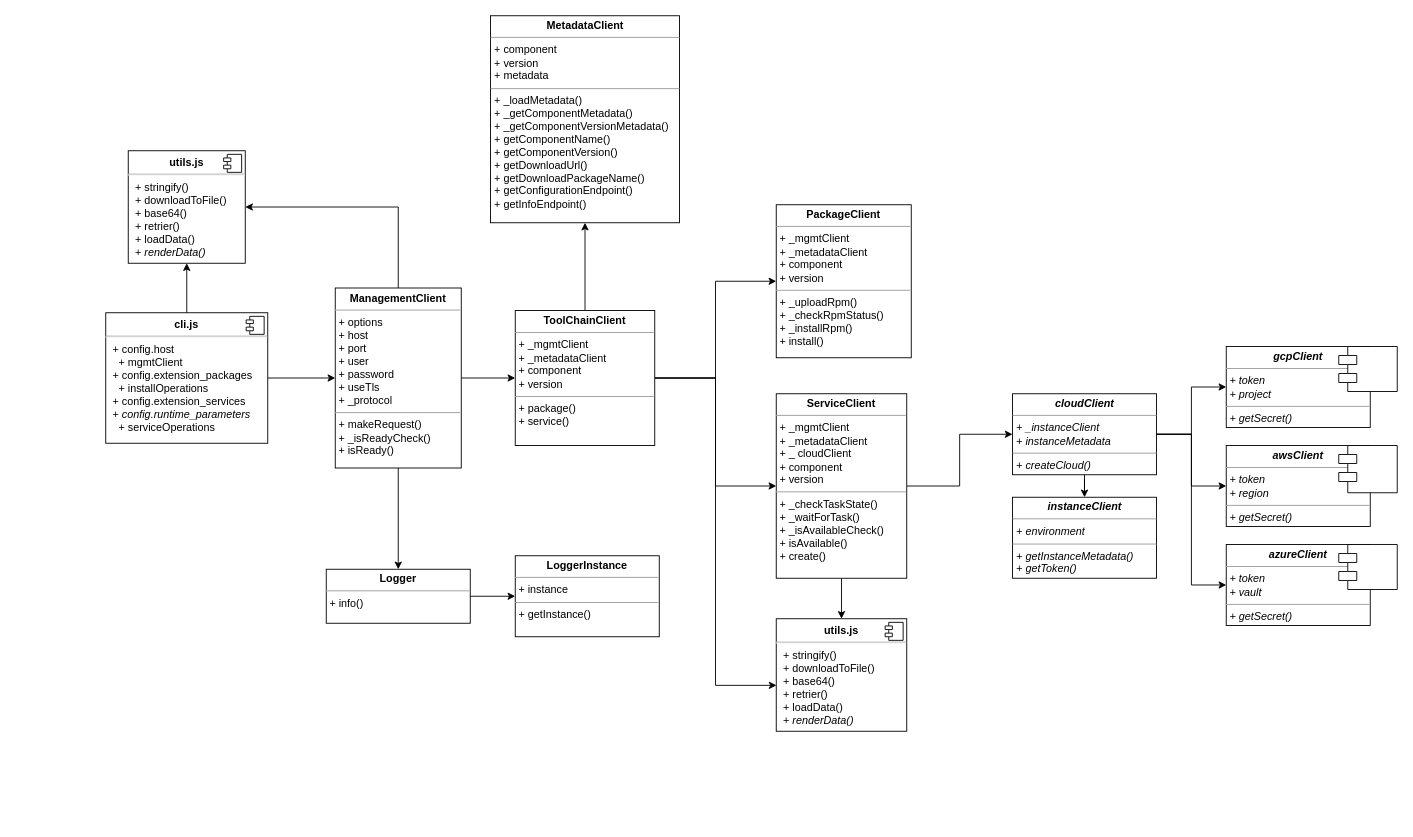
The draw.io diagram diagrams/f5-bigip-runtime-init-uml.drawio in F5Networks/f5-bigip-runtime-init, before the edit. Source tidied: cells renumbered, new cells numbered last; positions are measured from the earlier drawing's top-left corner, leaving out a move shared by most shapes. Both pictures are drawn from the tidied source at 90%, with x=0, y=0 at pixel (105, 15).
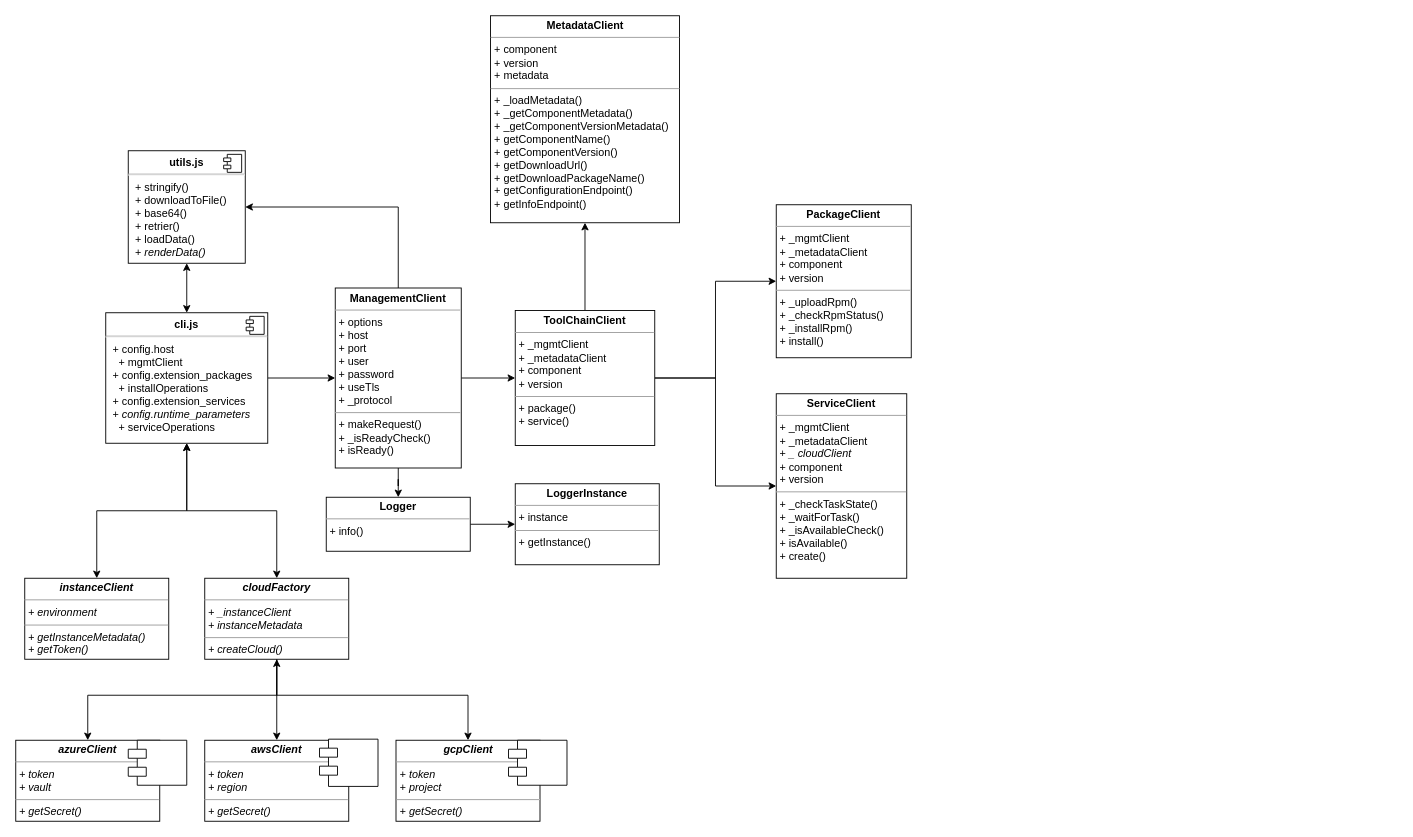
The same page after the edit.

The change refers to these unchanged cells:
```xml
<mxCell id="19" value="&lt;p style=&quot;margin: 0px ; margin-top: 4px ; text-align: center&quot;&gt;&lt;b&gt;ToolChainClient&lt;/b&gt;&lt;/p&gt;&lt;hr size=&quot;1&quot;&gt;&lt;p style=&quot;margin: 0px 0px 0px 4px&quot;&gt;+ _mgmtClient&lt;/p&gt;&lt;p style=&quot;margin: 0px 0px 0px 4px&quot;&gt;+ _metadataClient&lt;/p&gt;&lt;p style=&quot;margin: 0px 0px 0px 4px&quot;&gt;+ component&lt;/p&gt;&lt;p style=&quot;margin: 0px 0px 0px 4px&quot;&gt;+ version&lt;/p&gt;&lt;hr size=&quot;1&quot;&gt;&lt;p style=&quot;margin: 0px ; margin-left: 4px&quot;&gt;+ package()&lt;/p&gt;&lt;p style=&quot;margin: 0px ; margin-left: 4px&quot;&gt;+ service()&lt;br&gt;&lt;/p&gt;" style="verticalAlign=top;align=left;overflow=fill;fontSize=12;fontFamily=Helvetica;html=1;" parent="1" vertex="1">
  <mxGeometry x="455" y="327.5" width="155" height="150" as="geometry" />
</mxCell>
<mxCell id="24" value="&lt;p style=&quot;margin: 0px ; margin-top: 6px ; text-align: center&quot;&gt;&lt;b&gt;cli.js&lt;/b&gt;&lt;/p&gt;&lt;hr&gt;&lt;p style=&quot;margin: 0px ; margin-left: 8px&quot;&gt;&lt;span&gt;+ config.host&lt;/span&gt;&lt;/p&gt;&lt;p style=&quot;margin: 0px ; margin-left: 8px&quot;&gt;&lt;span&gt;&amp;nbsp; + mgmtClient&lt;/span&gt;&lt;/p&gt;&lt;p style=&quot;margin: 0px ; margin-left: 8px&quot;&gt;+ config.extension_packages&lt;/p&gt;&lt;p style=&quot;margin: 0px ; margin-left: 8px&quot;&gt;&amp;nbsp; + installOperations&lt;br&gt;&lt;/p&gt;&lt;p style=&quot;margin: 0px ; margin-left: 8px&quot;&gt;+ config.extension_services&lt;/p&gt;&lt;p style=&quot;margin: 0px ; margin-left: 8px&quot;&gt;+ &lt;i&gt;config.runtime_parameters&lt;/i&gt;&lt;/p&gt;&lt;p style=&quot;margin: 0px ; margin-left: 8px&quot;&gt;&amp;nbsp; + serviceOperations&lt;/p&gt;" style="align=left;overflow=fill;html=1;" parent="1" vertex="1">
  <mxGeometry y="330" width="180" height="145" as="geometry" />
</mxCell>
<mxCell id="26" value="&lt;p style=&quot;margin: 0px ; margin-top: 6px ; text-align: center&quot;&gt;&lt;b&gt;utils.js&lt;/b&gt;&lt;/p&gt;&lt;hr&gt;&lt;p style=&quot;margin: 0px ; margin-left: 8px&quot;&gt;+ stringify()&lt;br&gt;+ downloadToFile()&lt;/p&gt;&lt;p style=&quot;margin: 0px ; margin-left: 8px&quot;&gt;+ base64()&lt;/p&gt;&lt;p style=&quot;margin: 0px ; margin-left: 8px&quot;&gt;+ retrier()&lt;/p&gt;&lt;p style=&quot;margin: 0px ; margin-left: 8px&quot;&gt;+ loadData()&lt;/p&gt;&lt;p style=&quot;margin: 0px ; margin-left: 8px&quot;&gt;+ &lt;i&gt;renderData()&lt;/i&gt;&lt;/p&gt;" style="align=left;overflow=fill;html=1;" parent="1" vertex="1">
  <mxGeometry x="25" y="150" width="130" height="125" as="geometry" />
</mxCell>
```

Diff of the diagram source:
```diff
@@
     <mxCell id="2" value="&lt;p style=&quot;margin: 0px ; margin-top: 4px ; text-align: center&quot;&gt;&lt;b&gt;instanceClient&lt;/b&gt;&lt;/p&gt;&lt;hr size=&quot;1&quot;&gt;&lt;p style=&quot;margin: 0px ; margin-left: 4px&quot;&gt;+ environment&lt;/p&gt;&lt;hr size=&quot;1&quot;&gt;&lt;p style=&quot;margin: 0px ; margin-left: 4px&quot;&gt;+ getInstanceMetadata()&lt;/p&gt;&lt;p style=&quot;margin: 0px ; margin-left: 4px&quot;&gt;+ getToken()&lt;/p&gt;" style="verticalAlign=top;align=left;overflow=fill;fontSize=12;fontFamily=Helvetica;html=1;fontStyle=2;" parent="1" vertex="1">
-      <mxGeometry x="1007.5" y="535" width="160" height="90" as="geometry" />
+      <mxGeometry x="-90" y="625" width="160" height="90" as="geometry" />
     </mxCell>
@@
-    <mxCell id="7" style="edgeStyle=orthogonalEdgeStyle;rounded=0;jettySize=auto;html=1;entryX=0;entryY=0.5;entryDx=0;entryDy=0;startArrow=none;startFill=0;endArrow=classic;endFill=1;" parent="1" edge="1" source="11" target="33">
-      <mxGeometry relative="1" as="geometry" />
-    </mxCell>
-    <mxCell id="8" style="edgeStyle=orthogonalEdgeStyle;rounded=0;jettySize=auto;html=1;entryX=0;entryY=0.5;entryDx=0;entryDy=0;startArrow=none;startFill=0;endArrow=classic;endFill=1;" parent="1" edge="1" source="11" target="34">
+    <mxCell id="8" style="edgeStyle=orthogonalEdgeStyle;rounded=0;jettySize=auto;html=1;startArrow=none;startFill=0;endArrow=classic;endFill=1;" parent="1" edge="1" source="11" target="34">
       <mxGeometry relative="1" as="geometry" />
     </mxCell>
-    <mxCell id="9" style="edgeStyle=orthogonalEdgeStyle;rounded=0;jettySize=auto;html=1;entryX=0;entryY=0.5;entryDx=0;entryDy=0;startArrow=none;startFill=0;endArrow=classic;endFill=1;" parent="1" edge="1" source="11" target="35">
-      <mxGeometry relative="1" as="geometry" />
+    <mxCell id="9" style="edgeStyle=orthogonalEdgeStyle;rounded=0;jettySize=auto;html=1;entryX=0.5;entryY=0;entryDx=0;entryDy=0;startArrow=none;startFill=0;endArrow=classic;endFill=1;" parent="1" edge="1" source="11" target="35">
+      <mxGeometry relative="1" as="geometry">
+        <Array as="points">
+          <mxPoint x="190" y="755" />
+          <mxPoint x="-20" y="755" />
+        </Array>
+      </mxGeometry>
     </mxCell>
-    <mxCell id="10" style="edgeStyle=orthogonalEdgeStyle;rounded=0;jettySize=auto;html=1;startArrow=none;startFill=0;endArrow=classic;endFill=1;" parent="1" edge="1" source="11" target="2">
-      <mxGeometry relative="1" as="geometry" />
-    </mxCell>
+    <mxCell id="7" style="edgeStyle=orthogonalEdgeStyle;rounded=0;jettySize=auto;html=1;entryX=0.5;entryY=0;entryDx=0;entryDy=0;startArrow=classic;startFill=1;endArrow=classic;endFill=1;" parent="1" edge="1" source="11" target="33">
+      <mxGeometry relative="1" as="geometry">
+        <Array as="points">
+          <mxPoint x="190" y="755" />
+          <mxPoint x="403" y="755" />
+        </Array>
+      </mxGeometry>
+    </mxCell>
-    <mxCell id="11" value="&lt;p style=&quot;margin: 0px ; margin-top: 4px ; text-align: center&quot;&gt;&lt;b&gt;cloudClient&lt;/b&gt;&lt;/p&gt;&lt;hr size=&quot;1&quot;&gt;&lt;p style=&quot;margin: 0px ; margin-left: 4px&quot;&gt;+ _instanceClient&lt;/p&gt;&lt;p style=&quot;margin: 0px ; margin-left: 4px&quot;&gt;+ instanceMetadata&lt;/p&gt;&lt;hr size=&quot;1&quot;&gt;&lt;p style=&quot;margin: 0px ; margin-left: 4px&quot;&gt;+ createCloud()&lt;/p&gt;" style="verticalAlign=top;align=left;overflow=fill;fontSize=12;fontFamily=Helvetica;html=1;fontStyle=2;" parent="1" vertex="1">
-      <mxGeometry x="1007.5" y="420" width="160" height="90" as="geometry" />
+    <mxCell id="11" value="&lt;p style=&quot;margin: 0px ; margin-top: 4px ; text-align: center&quot;&gt;&lt;b&gt;cloudFactory&lt;/b&gt;&lt;/p&gt;&lt;hr size=&quot;1&quot;&gt;&lt;p style=&quot;margin: 0px ; margin-left: 4px&quot;&gt;+ _instanceClient&lt;/p&gt;&lt;p style=&quot;margin: 0px ; margin-left: 4px&quot;&gt;+ instanceMetadata&lt;/p&gt;&lt;hr size=&quot;1&quot;&gt;&lt;p style=&quot;margin: 0px ; margin-left: 4px&quot;&gt;+ createCloud()&lt;/p&gt;" style="verticalAlign=top;align=left;overflow=fill;fontSize=12;fontFamily=Helvetica;html=1;fontStyle=2;" parent="1" vertex="1">
+      <mxGeometry x="110" y="625" width="160" height="90" as="geometry" />
     </mxCell>
-    <mxCell id="12" style="edgeStyle=orthogonalEdgeStyle;rounded=0;jettySize=auto;html=1;entryX=0.5;entryY=0;entryDx=0;entryDy=0;startArrow=none;startFill=0;endArrow=classic;endFill=1;" parent="1" edge="1" source="14" target="31">
-      <mxGeometry relative="1" as="geometry" />
-    </mxCell>
-    <mxCell id="13" style="edgeStyle=orthogonalEdgeStyle;rounded=0;jettySize=auto;html=1;entryX=0;entryY=0.5;entryDx=0;entryDy=0;startArrow=none;startFill=0;endArrow=classic;endFill=1;" parent="1" edge="1" source="14" target="11">
-      <mxGeometry relative="1" as="geometry" />
-    </mxCell>
-    <mxCell id="14" value="&lt;p style=&quot;margin: 0px ; margin-top: 4px ; text-align: center&quot;&gt;&lt;b&gt;ServiceClient&lt;/b&gt;&lt;/p&gt;&lt;hr size=&quot;1&quot;&gt;&lt;p style=&quot;margin: 0px 0px 0px 4px&quot;&gt;+ _mgmtClient&lt;/p&gt;&lt;p style=&quot;margin: 0px 0px 0px 4px&quot;&gt;+ _metadataClient&lt;/p&gt;&lt;p style=&quot;margin: 0px 0px 0px 4px&quot;&gt;+ _ cloudClient&lt;/p&gt;&lt;p style=&quot;margin: 0px 0px 0px 4px&quot;&gt;+ component&lt;/p&gt;&lt;p style=&quot;margin: 0px 0px 0px 4px&quot;&gt;+ version&lt;/p&gt;&lt;hr size=&quot;1&quot;&gt;&lt;p style=&quot;margin: 0px ; margin-left: 4px&quot;&gt;+ _checkTaskState()&lt;/p&gt;&lt;p style=&quot;margin: 0px ; margin-left: 4px&quot;&gt;+ _waitForTask()&lt;br&gt;&lt;/p&gt;&lt;p style=&quot;margin: 0px ; margin-left: 4px&quot;&gt;+ _isAvailableCheck()&lt;br&gt;&lt;/p&gt;&lt;p style=&quot;margin: 0px ; margin-left: 4px&quot;&gt;+ isAvailable()&lt;br&gt;&lt;/p&gt;&lt;p style=&quot;margin: 0px ; margin-left: 4px&quot;&gt;+ create()&lt;br&gt;&lt;/p&gt;" style="verticalAlign=top;align=left;overflow=fill;fontSize=12;fontFamily=Helvetica;html=1;" parent="1" vertex="1">
+    <mxCell id="14" value="&lt;p style=&quot;margin: 0px ; margin-top: 4px ; text-align: center&quot;&gt;&lt;b&gt;ServiceClient&lt;/b&gt;&lt;/p&gt;&lt;hr size=&quot;1&quot;&gt;&lt;p style=&quot;margin: 0px 0px 0px 4px&quot;&gt;+ _mgmtClient&lt;/p&gt;&lt;p style=&quot;margin: 0px 0px 0px 4px&quot;&gt;+ _metadataClient&lt;/p&gt;&lt;p style=&quot;margin: 0px 0px 0px 4px&quot;&gt;+&lt;i&gt; _ cloudClient&lt;/i&gt;&lt;/p&gt;&lt;p style=&quot;margin: 0px 0px 0px 4px&quot;&gt;+ component&lt;/p&gt;&lt;p style=&quot;margin: 0px 0px 0px 4px&quot;&gt;+ version&lt;/p&gt;&lt;hr size=&quot;1&quot;&gt;&lt;p style=&quot;margin: 0px ; margin-left: 4px&quot;&gt;+ _checkTaskState()&lt;/p&gt;&lt;p style=&quot;margin: 0px ; margin-left: 4px&quot;&gt;+ _waitForTask()&lt;br&gt;&lt;/p&gt;&lt;p style=&quot;margin: 0px ; margin-left: 4px&quot;&gt;+ _isAvailableCheck()&lt;br&gt;&lt;/p&gt;&lt;p style=&quot;margin: 0px ; margin-left: 4px&quot;&gt;+ isAvailable()&lt;br&gt;&lt;/p&gt;&lt;p style=&quot;margin: 0px ; margin-left: 4px&quot;&gt;+ create()&lt;br&gt;&lt;/p&gt;" style="verticalAlign=top;align=left;overflow=fill;fontSize=12;fontFamily=Helvetica;html=1;" parent="1" vertex="1">
       <mxGeometry x="745" y="420" width="145" height="205" as="geometry" />
     </mxCell>
@@
-    <mxCell id="18" style="edgeStyle=orthogonalEdgeStyle;rounded=0;jettySize=auto;html=1;entryX=0.002;entryY=0.592;entryDx=0;entryDy=0;entryPerimeter=0;startArrow=none;startFill=0;endArrow=classic;endFill=1;" parent="1" edge="1" source="19" target="31">
-      <mxGeometry relative="1" as="geometry" />
-    </mxCell>
@@
-    <mxCell id="23" style="edgeStyle=orthogonalEdgeStyle;rounded=0;jettySize=auto;html=1;entryX=0.5;entryY=1;entryDx=0;entryDy=0;startArrow=none;startFill=0;endArrow=classic;endFill=1;" parent="1" edge="1" source="24" target="26">
+    <mxCell id="23" style="edgeStyle=orthogonalEdgeStyle;rounded=0;jettySize=auto;html=1;entryX=0.5;entryY=1;entryDx=0;entryDy=0;startArrow=classic;startFill=1;endArrow=classic;endFill=1;" parent="1" edge="1" source="24" target="26">
       <mxGeometry relative="1" as="geometry" />
     </mxCell>
+    <mxCell id="39" style="edgeStyle=orthogonalEdgeStyle;rounded=0;jettySize=auto;html=1;entryX=0.5;entryY=0;entryDx=0;entryDy=0;startArrow=classic;startFill=1;endArrow=classic;endFill=1;" parent="1" edge="1" source="24" target="2">
+      <mxGeometry relative="1" as="geometry" />
+    </mxCell>
+    <mxCell id="40" style="edgeStyle=orthogonalEdgeStyle;rounded=0;jettySize=auto;html=1;entryX=0.5;entryY=0;entryDx=0;entryDy=0;startArrow=classic;startFill=1;endArrow=classic;endFill=1;" parent="1" edge="1" source="24" target="11">
+      <mxGeometry relative="1" as="geometry" />
+    </mxCell>
@@
     <mxCell id="29" value="&lt;p style=&quot;margin: 0px ; margin-top: 4px ; text-align: center&quot;&gt;&lt;b&gt;Logger&lt;/b&gt;&lt;/p&gt;&lt;hr size=&quot;1&quot;&gt;&lt;p style=&quot;margin: 0px ; margin-left: 4px&quot;&gt;+ info()&lt;/p&gt;" style="verticalAlign=top;align=left;overflow=fill;fontSize=12;fontFamily=Helvetica;html=1;" parent="1" vertex="1">
-      <mxGeometry x="245" y="615" width="160" height="60" as="geometry" />
+      <mxGeometry x="245" y="535" width="160" height="60" as="geometry" />
     </mxCell>
     <mxCell id="30" value="&lt;p style=&quot;margin: 0px ; margin-top: 4px ; text-align: center&quot;&gt;&lt;b&gt;LoggerInstance&lt;/b&gt;&lt;/p&gt;&lt;hr size=&quot;1&quot;&gt;&lt;p style=&quot;margin: 0px ; margin-left: 4px&quot;&gt;+ instance&lt;/p&gt;&lt;hr size=&quot;1&quot;&gt;&lt;p style=&quot;margin: 0px ; margin-left: 4px&quot;&gt;+ getInstance()&lt;/p&gt;" style="verticalAlign=top;align=left;overflow=fill;fontSize=12;fontFamily=Helvetica;html=1;" parent="1" vertex="1">
-      <mxGeometry x="455" y="600" width="160" height="90" as="geometry" />
+      <mxGeometry x="455" y="520" width="160" height="90" as="geometry" />
     </mxCell>
-    <mxCell id="31" value="&lt;p style=&quot;margin: 0px ; margin-top: 6px ; text-align: center&quot;&gt;&lt;b&gt;utils.js&lt;/b&gt;&lt;/p&gt;&lt;hr&gt;&lt;p style=&quot;margin: 0px ; margin-left: 8px&quot;&gt;+ stringify()&lt;br&gt;+ downloadToFile()&lt;/p&gt;&lt;p style=&quot;margin: 0px ; margin-left: 8px&quot;&gt;+ base64()&lt;/p&gt;&lt;p style=&quot;margin: 0px ; margin-left: 8px&quot;&gt;+ retrier()&lt;/p&gt;&lt;p style=&quot;margin: 0px ; margin-left: 8px&quot;&gt;+ loadData()&lt;/p&gt;&lt;p style=&quot;margin: 0px ; margin-left: 8px&quot;&gt;+ &lt;i&gt;renderData()&lt;/i&gt;&lt;/p&gt;" style="align=left;overflow=fill;html=1;" parent="1" vertex="1">
-      <mxGeometry x="745" y="670" width="145" height="125" as="geometry" />
-    </mxCell>
-    <mxCell id="32" style="shape=component;jettyWidth=8;jettyHeight=4;" parent="31" vertex="1">
-      <mxGeometry x="1" width="20" height="20" relative="1" as="geometry">
-        <mxPoint x="-24" y="4" as="offset" />
-      </mxGeometry>
-    </mxCell>
+    <mxCell id="41" style="group;" parent="1" vertex="1">
+      <mxGeometry x="-100" y="803.8" width="612.5" height="91.2" as="geometry" />
+    </mxCell>
-    <mxCell id="33" value="&lt;p style=&quot;margin: 0px ; margin-top: 4px ; text-align: center&quot;&gt;&lt;b&gt;gcpClient&lt;/b&gt;&lt;/p&gt;&lt;hr size=&quot;1&quot;&gt;&lt;p style=&quot;margin: 0px ; margin-left: 4px&quot;&gt;+ token&lt;/p&gt;&lt;p style=&quot;margin: 0px ; margin-left: 4px&quot;&gt;+ project&lt;/p&gt;&lt;hr size=&quot;1&quot;&gt;&lt;p style=&quot;margin: 0px ; margin-left: 4px&quot;&gt;+ getSecret()&lt;/p&gt;" style="verticalAlign=top;align=left;overflow=fill;fontSize=12;fontFamily=Helvetica;html=1;fontStyle=2;" parent="1" vertex="1">
-      <mxGeometry x="1245" y="367.5" width="160" height="90" as="geometry" />
+    <mxCell id="33" value="&lt;p style=&quot;margin: 0px ; margin-top: 4px ; text-align: center&quot;&gt;&lt;b&gt;gcpClient&lt;/b&gt;&lt;/p&gt;&lt;hr size=&quot;1&quot;&gt;&lt;p style=&quot;margin: 0px ; margin-left: 4px&quot;&gt;+ token&lt;/p&gt;&lt;p style=&quot;margin: 0px ; margin-left: 4px&quot;&gt;+ project&lt;/p&gt;&lt;hr size=&quot;1&quot;&gt;&lt;p style=&quot;margin: 0px ; margin-left: 4px&quot;&gt;+ getSecret()&lt;/p&gt;" style="verticalAlign=top;align=left;overflow=fill;fontSize=12;fontFamily=Helvetica;html=1;fontStyle=2;" parent="41" vertex="1">
+      <mxGeometry x="422.5" y="1.2" width="160" height="90" as="geometry" />
     </mxCell>
-    <mxCell id="34" value="&lt;p style=&quot;margin: 0px ; margin-top: 4px ; text-align: center&quot;&gt;&lt;b&gt;awsClient&lt;/b&gt;&lt;/p&gt;&lt;hr size=&quot;1&quot;&gt;&lt;p style=&quot;margin: 0px ; margin-left: 4px&quot;&gt;+ token&lt;/p&gt;&lt;p style=&quot;margin: 0px ; margin-left: 4px&quot;&gt;+ region&lt;/p&gt;&lt;hr size=&quot;1&quot;&gt;&lt;p style=&quot;margin: 0px ; margin-left: 4px&quot;&gt;+ getSecret()&lt;/p&gt;" style="verticalAlign=top;align=left;overflow=fill;fontSize=12;fontFamily=Helvetica;html=1;fontStyle=2;" parent="1" vertex="1">
-      <mxGeometry x="1245" y="477.5" width="160" height="90" as="geometry" />
+    <mxCell id="34" value="&lt;p style=&quot;margin: 0px ; margin-top: 4px ; text-align: center&quot;&gt;&lt;b&gt;awsClient&lt;/b&gt;&lt;/p&gt;&lt;hr size=&quot;1&quot;&gt;&lt;p style=&quot;margin: 0px ; margin-left: 4px&quot;&gt;+ token&lt;/p&gt;&lt;p style=&quot;margin: 0px ; margin-left: 4px&quot;&gt;+ region&lt;/p&gt;&lt;hr size=&quot;1&quot;&gt;&lt;p style=&quot;margin: 0px ; margin-left: 4px&quot;&gt;+ getSecret()&lt;/p&gt;" style="verticalAlign=top;align=left;overflow=fill;fontSize=12;fontFamily=Helvetica;html=1;fontStyle=2;" parent="41" vertex="1">
+      <mxGeometry x="210" y="1.2" width="160" height="90" as="geometry" />
     </mxCell>
-    <mxCell id="35" value="&lt;p style=&quot;margin: 0px ; margin-top: 4px ; text-align: center&quot;&gt;&lt;b&gt;azureClient&lt;/b&gt;&lt;/p&gt;&lt;hr size=&quot;1&quot;&gt;&lt;p style=&quot;margin: 0px ; margin-left: 4px&quot;&gt;+ token&lt;/p&gt;&lt;p style=&quot;margin: 0px ; margin-left: 4px&quot;&gt;+ vault&lt;/p&gt;&lt;hr size=&quot;1&quot;&gt;&lt;p style=&quot;margin: 0px ; margin-left: 4px&quot;&gt;+ getSecret()&lt;/p&gt;" style="verticalAlign=top;align=left;overflow=fill;fontSize=12;fontFamily=Helvetica;html=1;fontStyle=2;" parent="1" vertex="1">
-      <mxGeometry x="1245" y="587.5" width="160" height="90" as="geometry" />
+    <mxCell id="35" value="&lt;p style=&quot;margin: 0px ; margin-top: 4px ; text-align: center&quot;&gt;&lt;b&gt;azureClient&lt;/b&gt;&lt;/p&gt;&lt;hr size=&quot;1&quot;&gt;&lt;p style=&quot;margin: 0px ; margin-left: 4px&quot;&gt;+ token&lt;/p&gt;&lt;p style=&quot;margin: 0px ; margin-left: 4px&quot;&gt;+ vault&lt;/p&gt;&lt;hr size=&quot;1&quot;&gt;&lt;p style=&quot;margin: 0px ; margin-left: 4px&quot;&gt;+ getSecret()&lt;/p&gt;" style="verticalAlign=top;align=left;overflow=fill;fontSize=12;fontFamily=Helvetica;html=1;fontStyle=2;" parent="41" vertex="1">
+      <mxGeometry y="1.2" width="160" height="90" as="geometry" />
     </mxCell>
-    <mxCell id="36" style="shape=module;align=left;spacingLeft=20;align=center;verticalAlign=top;" parent="1" vertex="1">
-      <mxGeometry x="1370" y="367.5" width="65" height="50" as="geometry" />
+    <mxCell id="36" style="shape=module;align=left;spacingLeft=20;align=center;verticalAlign=top;" parent="41" vertex="1">
+      <mxGeometry x="547.5" y="1.2" width="65" height="50" as="geometry" />
     </mxCell>
-    <mxCell id="37" style="shape=module;align=left;spacingLeft=20;align=center;verticalAlign=top;" parent="1" vertex="1">
-      <mxGeometry x="1370" y="477.5" width="65" height="52.5" as="geometry" />
+    <mxCell id="37" style="shape=module;align=left;spacingLeft=20;align=center;verticalAlign=top;" parent="41" vertex="1">
+      <mxGeometry x="337.5" width="65" height="52.5" as="geometry" />
     </mxCell>
-    <mxCell id="38" style="shape=module;align=left;spacingLeft=20;align=center;verticalAlign=top;" parent="1" vertex="1">
-      <mxGeometry x="1370" y="587.5" width="65" height="50" as="geometry" />
+    <mxCell id="38" style="shape=module;align=left;spacingLeft=20;align=center;verticalAlign=top;" parent="41" vertex="1">
+      <mxGeometry x="125" y="1.2" width="65" height="50" as="geometry" />
     </mxCell>
```
